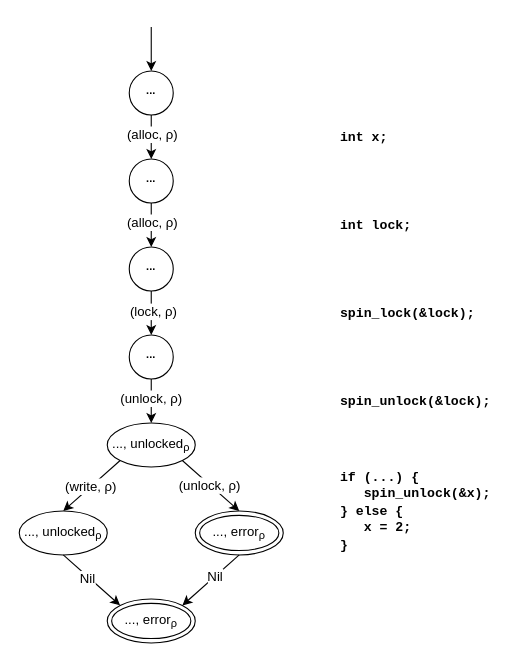
andersfischernielsen/Finding-Resource-Manipulation-Bugs-with-Monitor-Automata-on-the-Example-of-the-Linux-Kernel keeps this draw.io diagram as background/figures/cfg_unlock-product.drawio. Above is the earlier version. Source tidied: cells renumbered, new cells numbered last; positions are measured from the earlier drawing's top-left corner, leaving out a move shared by most shapes. Both pictures are drawn from the tidied source at 110%, with x=0, y=0 at pixel (19, 26).
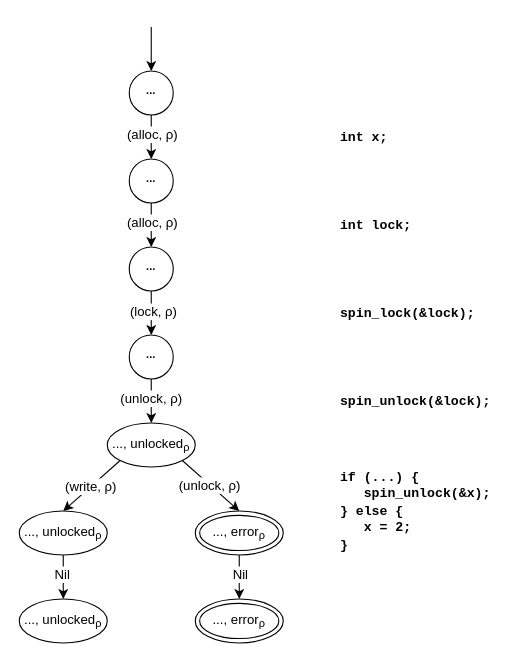
Above is the later version.

Unchanged cells that the change refers to:
```xml
<mxCell id="8" style="group;" parent="1" vertex="1">
  <mxGeometry width="240" height="560" as="geometry" />
</mxCell>
<mxCell id="10" value="&lt;font style=&quot;font-size: 12px&quot;&gt;...,&amp;nbsp;unlocked&lt;sub&gt;ρ&lt;/sub&gt;&lt;/font&gt;" style="ellipse;whiteSpace=wrap;html=1;fontSize=10;" parent="8" vertex="1">
  <mxGeometry y="440" width="80" height="40" as="geometry" />
</mxCell>
<mxCell id="13" value="&lt;font style=&quot;font-size: 12px&quot;&gt;&lt;span style=&quot;white-space: normal&quot;&gt;..., error&lt;/span&gt;&lt;span style=&quot;white-space: normal&quot;&gt;&lt;sub&gt;ρ&lt;/sub&gt;&lt;/span&gt;&lt;/font&gt;" style="ellipse;shape=doubleEllipse;whiteSpace=wrap;html=1;fontSize=10;" parent="8" vertex="1">
  <mxGeometry x="160" y="440" width="80" height="40" as="geometry" />
</mxCell>
```

What changed in the source:
```diff
@@
     <mxCell id="16" value="&lt;font style=&quot;font-size: 12px&quot;&gt;&lt;span style=&quot;white-space: normal&quot;&gt;..., error&lt;/span&gt;&lt;span style=&quot;white-space: normal&quot;&gt;&lt;sub&gt;ρ&lt;/sub&gt;&lt;/span&gt;&lt;/font&gt;" style="ellipse;shape=doubleEllipse;whiteSpace=wrap;html=1;fontSize=10;" parent="8" vertex="1">
-      <mxGeometry x="80" y="520" width="80" height="40" as="geometry" />
+      <mxGeometry x="160" y="520" width="80" height="40" as="geometry" />
     </mxCell>
-    <mxCell id="17" style="rounded=0;jettySize=auto;html=1;exitX=0.5;exitY=1;exitDx=0;exitDy=0;entryX=0;entryY=0;entryDx=0;entryDy=0;fontSize=10;" parent="8" edge="1" source="10" target="16">
+    <mxCell id="17" style="rounded=0;jettySize=auto;html=1;exitX=0.5;exitY=1;exitDx=0;exitDy=0;fontSize=10;entryX=0.5;entryY=0;entryDx=0;entryDy=0;" parent="8" edge="1" source="10" target="34">
       <mxGeometry relative="1" as="geometry" />
     </mxCell>
@@
-    <mxCell id="19" style="rounded=0;jettySize=auto;html=1;exitX=0.5;exitY=1;exitDx=0;exitDy=0;fontSize=10;entryX=1;entryY=0;entryDx=0;entryDy=0;" parent="8" edge="1" source="13" target="16">
+    <mxCell id="19" style="rounded=0;jettySize=auto;html=1;exitX=0.5;exitY=1;exitDx=0;exitDy=0;fontSize=10;entryX=0.5;entryY=0;entryDx=0;entryDy=0;" parent="8" edge="1" source="13" target="16">
       <mxGeometry relative="1" as="geometry" />
     </mxCell>
@@
+    <mxCell id="34" value="&lt;font style=&quot;font-size: 12px&quot;&gt;...,&amp;nbsp;unlocked&lt;sub&gt;ρ&lt;/sub&gt;&lt;/font&gt;" style="ellipse;whiteSpace=wrap;html=1;fontSize=10;" parent="8" vertex="1">
+      <mxGeometry y="520" width="80" height="40" as="geometry" />
+    </mxCell>
```
